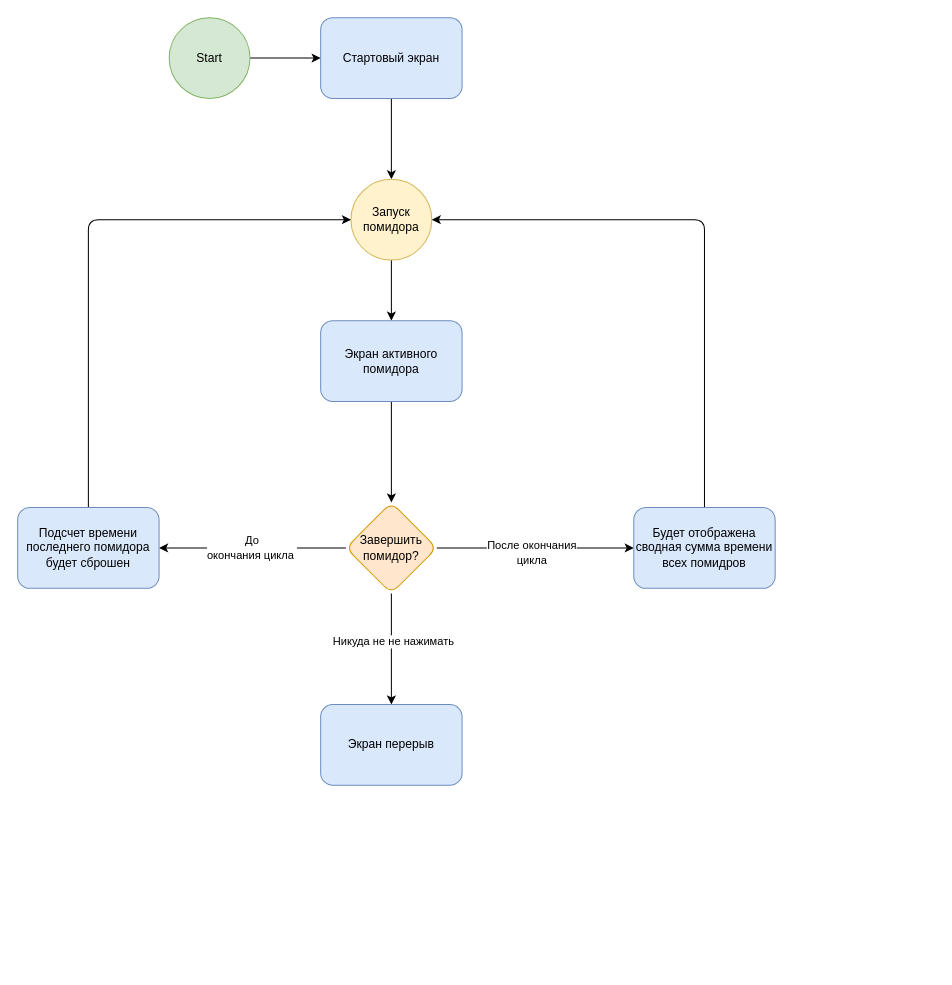
Before: design/ux-flow/UX-flow.drawio in Rockedoro/rockedoro-app, a draw.io diagram. Source tidied: cells renumbered, new cells numbered last; positions are measured from the earlier drawing's top-left corner, leaving out a move shared by most shapes. Both pictures are drawn from the tidied source at 101%, with x=0, y=0 at pixel (17, 17).
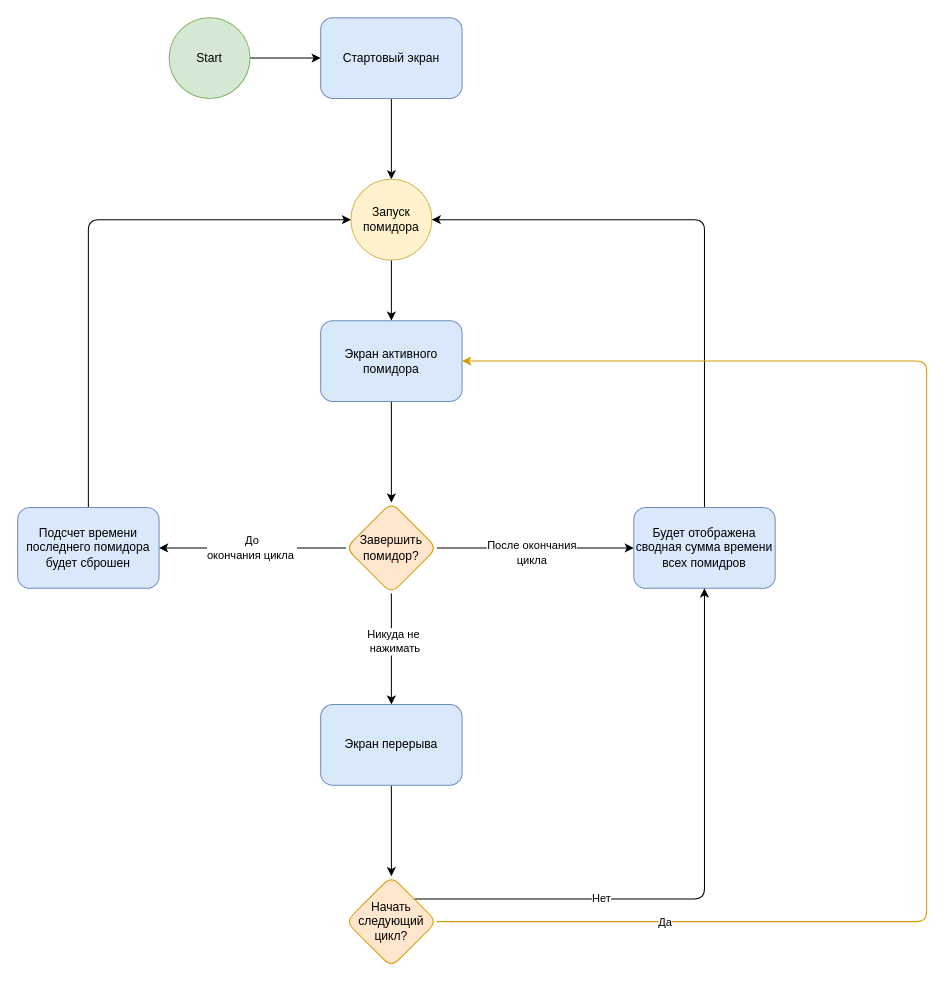
The same page after the edit.

The change refers to these unchanged cells:
```xml
<mxCell id="9" value="Экран активного помидора" style="whiteSpace=wrap;html=1;fillColor=#dae8fc;strokeColor=#6c8ebf;rounded=1;" parent="1" vertex="1">
  <mxGeometry x="300" y="300" width="140" height="80" as="geometry" />
</mxCell>
<mxCell id="13" style="edgeStyle=orthogonalEdgeStyle;rounded=1;jettySize=auto;html=1;" parent="1" edge="1" source="15" target="20">
  <mxGeometry relative="1" as="geometry" />
</mxCell>
<mxCell id="19" value="Будет отображена сводная сумма времени всех помидров" style="whiteSpace=wrap;html=1;fillColor=#dae8fc;strokeColor=#6c8ebf;rounded=1;" parent="1" vertex="1">
  <mxGeometry x="610" y="485" width="140" height="80" as="geometry" />
</mxCell>
```

Change to the diagram source:
```diff
@@
-    <mxCell id="14" value="Никуда не не нажимать" style="edgeLabel;html=1;align=center;verticalAlign=middle;" parent="13" vertex="1">
+    <mxCell id="14" value="Никуда не&lt;br&gt;&amp;nbsp;нажимать" style="edgeLabel;html=1;align=center;verticalAlign=middle;" parent="13" vertex="1">
       <mxGeometry x="-0.15" y="1" relative="1" as="geometry" />
     </mxCell>
@@
+    <mxCell id="21" style="edgeStyle=orthogonalEdgeStyle;rounded=1;jettySize=auto;html=1;" parent="1" edge="1" source="20" target="26">
+      <mxGeometry relative="1" as="geometry" />
+    </mxCell>
-    <mxCell id="20" value="Экран перерыв" style="whiteSpace=wrap;html=1;fillColor=#dae8fc;strokeColor=#6c8ebf;rounded=1;" parent="1" vertex="1">
+    <mxCell id="20" value="Экран перерыва" style="whiteSpace=wrap;html=1;fillColor=#dae8fc;strokeColor=#6c8ebf;rounded=1;" parent="1" vertex="1">
       <mxGeometry x="300" y="680" width="140" height="80" as="geometry" />
     </mxCell>
+    <mxCell id="22" style="edgeStyle=orthogonalEdgeStyle;rounded=1;jettySize=auto;html=1;entryX=1;entryY=0.5;entryDx=0;entryDy=0;fillColor=#ffe6cc;strokeColor=#d79b00;" parent="1" edge="1" source="26" target="9">
+      <mxGeometry relative="1" as="geometry">
+        <Array as="points">
+          <mxPoint x="900" y="895" />
+          <mxPoint x="900" y="340" />
+        </Array>
+      </mxGeometry>
+    </mxCell>
+    <mxCell id="23" value="Да" style="edgeLabel;html=1;align=center;verticalAlign=middle;" parent="22" vertex="1">
+      <mxGeometry x="-0.7" relative="1" as="geometry" />
+    </mxCell>
+    <mxCell id="24" style="edgeStyle=orthogonalEdgeStyle;rounded=1;jettySize=auto;html=1;exitX=1;exitY=0;exitDx=0;exitDy=0;" parent="1" edge="1" source="26" target="19">
+      <mxGeometry relative="1" as="geometry" />
+    </mxCell>
+    <mxCell id="25" value="Нет" style="edgeLabel;html=1;align=center;verticalAlign=middle;" parent="24" vertex="1">
+      <mxGeometry x="-0.38" y="2" relative="1" as="geometry">
+        <mxPoint x="1" y="1" as="offset" />
+      </mxGeometry>
+    </mxCell>
+    <mxCell id="26" value="Начать следующий цикл?" style="rhombus;whiteSpace=wrap;html=1;rounded=1;fillColor=#ffe6cc;strokeColor=#d79b00;" parent="1" vertex="1">
+      <mxGeometry x="325" y="850" width="90" height="90" as="geometry" />
+    </mxCell>
```
